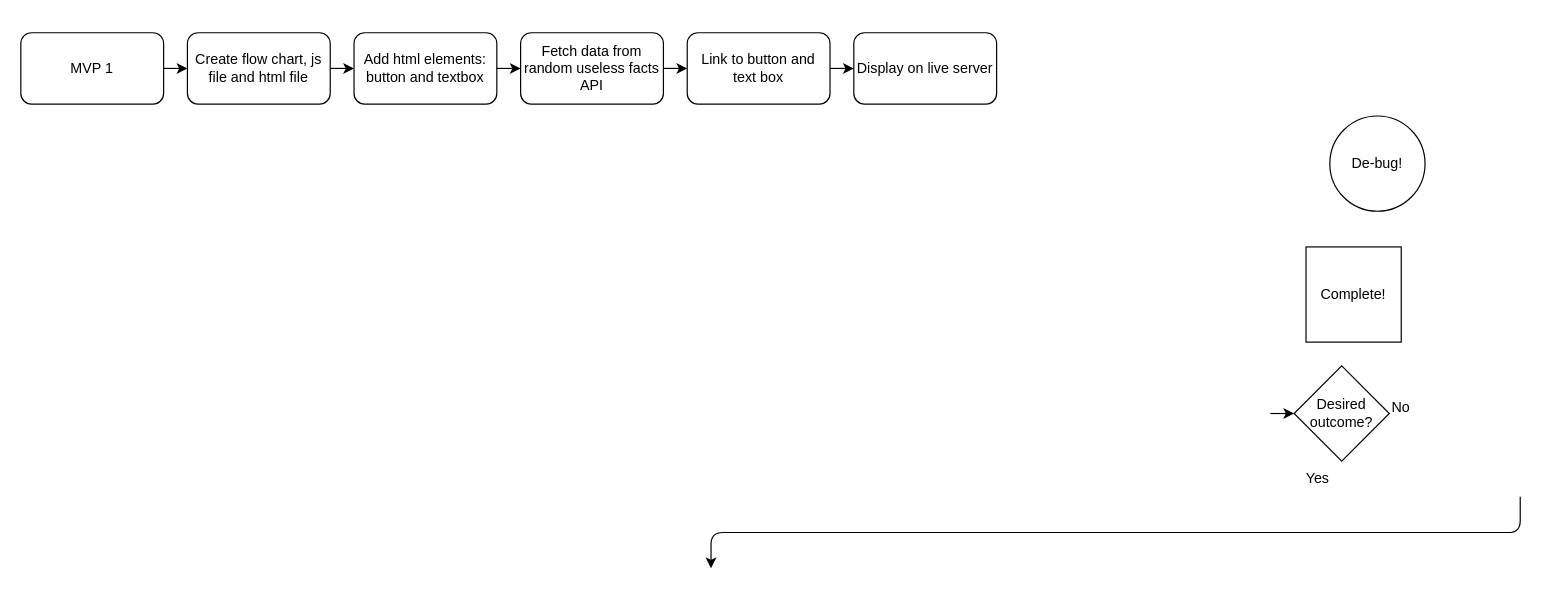
This is flowchart.drawio from SchoolOfCode/week-3-hackathon-llt-13, a draw.io file, before an edit. Source tidied: cells renumbered, new cells numbered last; positions are measured from the earlier drawing's top-left corner, leaving out a move shared by most shapes. Both pictures are drawn from the tidied source at 119%, with x=0, y=0 at pixel (20, 32).
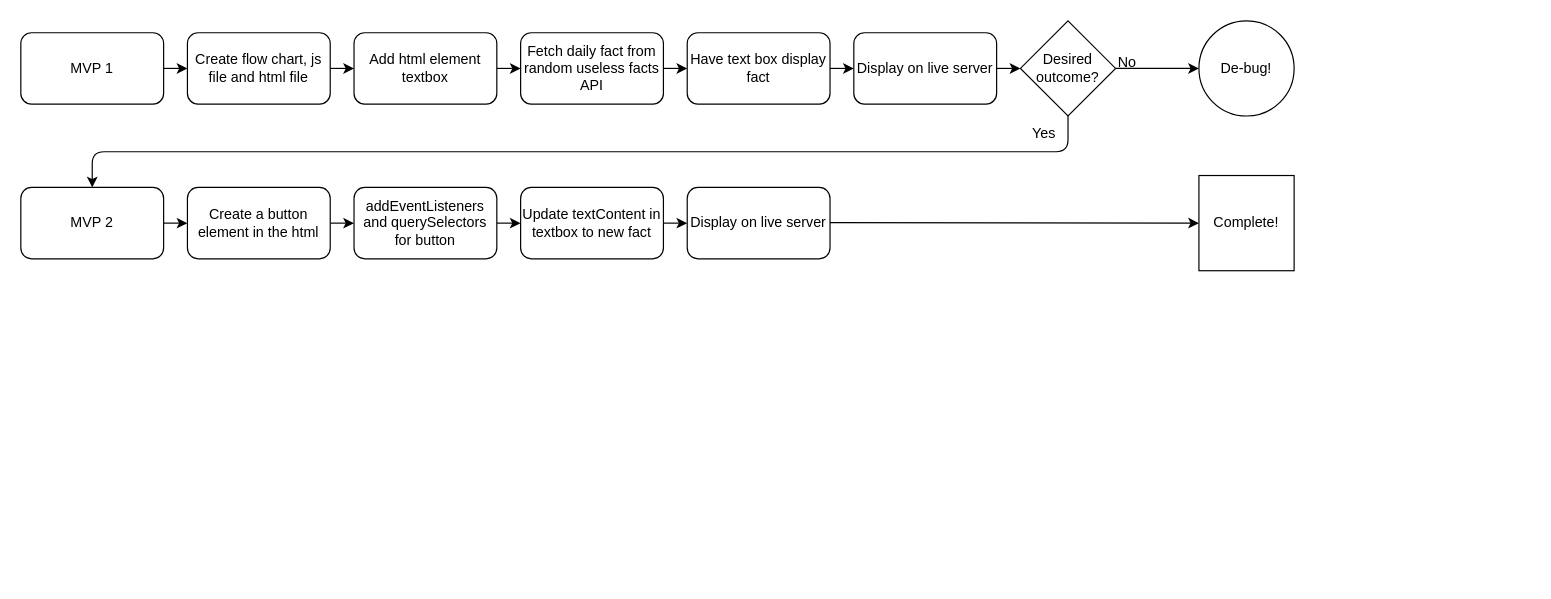
The same page after the edit.

Commit message:
Add updated flow chart

Diff of the diagram source:
```diff
@@
-    <mxCell id="7" value="Add html elements:&lt;br&gt;button and textbox" style="whiteSpace=wrap;html=1;rounded=1;" parent="1" vertex="1">
+    <mxCell id="7" value="Add html element textbox" style="whiteSpace=wrap;html=1;rounded=1;" parent="1" vertex="1">
       <mxGeometry x="280" width="120" height="60" as="geometry" />
     </mxCell>
@@
     <mxCell id="9" style="edgeStyle=none;html=1;" parent="1" edge="1">
       <mxGeometry relative="1" as="geometry">
-        <mxPoint x="1050" y="320" as="sourcePoint" />
-        <mxPoint x="1070" y="320" as="targetPoint" />
+        <mxPoint x="820" y="30" as="sourcePoint" />
+        <mxPoint x="840" y="30" as="targetPoint" />
       </mxGeometry>
     </mxCell>
     <mxCell id="10" value="De-bug!" style="ellipse;whiteSpace=wrap;html=1;" parent="1" vertex="1">
-      <mxGeometry x="1100" y="70" width="80" height="80" as="geometry" />
+      <mxGeometry x="990" y="-10" width="80" height="80" as="geometry" />
     </mxCell>
-    <mxCell id="11" style="edgeStyle=none;html=1;entryX=0.5;entryY=0;entryDx=0;entryDy=0;" parent="1" edge="1">
+    <mxCell id="11" style="edgeStyle=none;html=1;entryX=0.5;entryY=0;entryDx=0;entryDy=0;exitX=0.5;exitY=1;exitDx=0;exitDy=0;" parent="1" edge="1" source="12">
       <mxGeometry relative="1" as="geometry">
-        <mxPoint x="1260" y="390" as="sourcePoint" />
-        <mxPoint x="580" y="450" as="targetPoint" />
+        <mxPoint x="60" y="130" as="targetPoint" />
         <Array as="points">
-          <mxPoint x="1260" y="420" />
-          <mxPoint x="580" y="420" />
+          <mxPoint x="880" y="100" />
+          <mxPoint x="60" y="100" />
         </Array>
       </mxGeometry>
     </mxCell>
     <mxCell id="12" value="Desired outcome?" style="rhombus;whiteSpace=wrap;html=1;" parent="1" vertex="1">
-      <mxGeometry x="1070" y="280" width="80" height="80" as="geometry" />
+      <mxGeometry x="840" y="-10" width="80" height="80" as="geometry" />
     </mxCell>
     <mxCell id="13" value="Yes" style="text;html=1;strokeColor=none;fillColor=none;align=center;verticalAlign=middle;whiteSpace=wrap;rounded=0;" parent="1" vertex="1">
-      <mxGeometry x="1060" y="360" width="60" height="30" as="geometry" />
+      <mxGeometry x="830" y="70" width="60" height="30" as="geometry" />
     </mxCell>
     <mxCell id="14" value="No" style="text;html=1;strokeColor=none;fillColor=none;align=center;verticalAlign=middle;whiteSpace=wrap;rounded=0;" parent="1" vertex="1">
-      <mxGeometry x="1130" y="300" width="60" height="30" as="geometry" />
+      <mxGeometry x="900" y="10" width="60" height="30" as="geometry" />
     </mxCell>
     <mxCell id="15" value="Complete!" style="whiteSpace=wrap;html=1;" parent="1" vertex="1">
-      <mxGeometry x="1080" y="180" width="80" height="80" as="geometry" />
+      <mxGeometry x="990" y="120" width="80" height="80" as="geometry" />
     </mxCell>
-    <mxCell id="16" value="Fetch data from random useless facts API" style="whiteSpace=wrap;html=1;rounded=1;" parent="1" vertex="1">
+    <mxCell id="16" value="Fetch daily fact from random useless facts API" style="whiteSpace=wrap;html=1;rounded=1;" parent="1" vertex="1">
       <mxGeometry x="420" width="120" height="60" as="geometry" />
     </mxCell>
-    <mxCell id="17" value="Link to button and text box" style="whiteSpace=wrap;html=1;rounded=1;" parent="1" vertex="1">
+    <mxCell id="17" value="Have text box display fact" style="whiteSpace=wrap;html=1;rounded=1;" parent="1" vertex="1">
       <mxGeometry x="560" width="120" height="60" as="geometry" />
     </mxCell>
@@
+    <mxCell id="20" style="edgeStyle=none;html=1;" parent="1" edge="1" source="21" target="23">
+      <mxGeometry relative="1" as="geometry" />
+    </mxCell>
+    <mxCell id="21" value="MVP 2" style="rounded=1;whiteSpace=wrap;html=1;" parent="1" vertex="1">
+      <mxGeometry y="130" width="120" height="60" as="geometry" />
+    </mxCell>
+    <mxCell id="22" style="edgeStyle=none;html=1;" parent="1" edge="1" source="23" target="25">
+      <mxGeometry relative="1" as="geometry" />
+    </mxCell>
+    <mxCell id="23" value="Create a button element in the html" style="whiteSpace=wrap;html=1;rounded=1;" parent="1" vertex="1">
+      <mxGeometry x="140" y="130" width="120" height="60" as="geometry" />
+    </mxCell>
+    <mxCell id="24" style="edgeStyle=none;html=1;" parent="1" edge="1" source="25">
+      <mxGeometry relative="1" as="geometry">
+        <mxPoint x="420" y="160" as="targetPoint" />
+      </mxGeometry>
+    </mxCell>
+    <mxCell id="25" value="addEventListeners and querySelectors for button" style="whiteSpace=wrap;html=1;rounded=1;" parent="1" vertex="1">
+      <mxGeometry x="280" y="130" width="120" height="60" as="geometry" />
+    </mxCell>
+    <mxCell id="26" style="edgeStyle=none;html=1;" parent="1" edge="1">
+      <mxGeometry relative="1" as="geometry">
+        <mxPoint x="540" y="160" as="sourcePoint" />
+        <mxPoint x="560" y="160" as="targetPoint" />
+      </mxGeometry>
+    </mxCell>
+    <mxCell id="27" value="Display on live server" style="whiteSpace=wrap;html=1;rounded=1;" parent="1" vertex="1">
+      <mxGeometry x="560" y="130" width="120" height="60" as="geometry" />
+    </mxCell>
+    <mxCell id="28" value="Update textContent in textbox to new fact" style="whiteSpace=wrap;html=1;rounded=1;" parent="1" vertex="1">
+      <mxGeometry x="420" y="130" width="120" height="60" as="geometry" />
+    </mxCell>
+    <mxCell id="29" style="edgeStyle=none;html=1;exitX=0.333;exitY=0.667;exitDx=0;exitDy=0;exitPerimeter=0;entryX=0;entryY=0.5;entryDx=0;entryDy=0;" parent="1" edge="1" source="14" target="10">
+      <mxGeometry relative="1" as="geometry" />
+    </mxCell>
+    <mxCell id="30" style="edgeStyle=none;html=1;exitX=0.333;exitY=0.667;exitDx=0;exitDy=0;exitPerimeter=0;entryX=0;entryY=0.5;entryDx=0;entryDy=0;" parent="1" edge="1" target="15">
+      <mxGeometry relative="1" as="geometry">
+        <mxPoint x="680" y="159.5" as="sourcePoint" />
+      </mxGeometry>
+    </mxCell>
```
